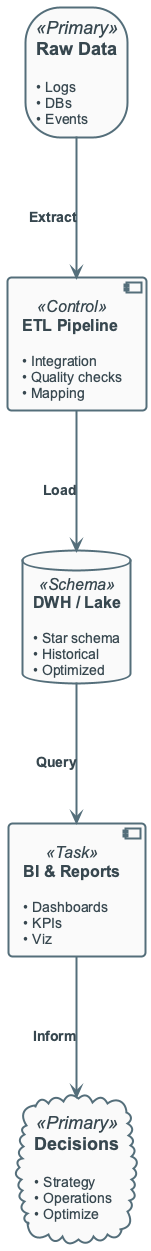
Before: diagrams/week01/week1_bi_context.png, a diagram exported from PlantUML (OrPerets/data-engineering-course).
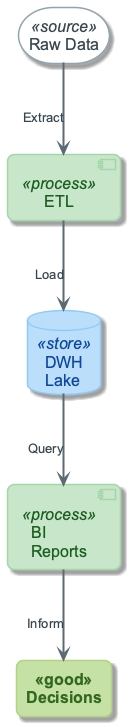
After the commit.

What changed in the source:
```diff
@@ -1,20 +1,20 @@
 @startuml
 !include ../_template_styles.puml
+!include _week1_visual_style.puml
+
 left to right direction
+skinparam nodesep 90
+skinparam ranksep 70
 
-storage "**Raw Data**\n\n<size:14>• Logs</size>\n<size:14>• DBs</size>\n<size:14>• Events</size>" as R <<Primary>>
+storage "Raw Data" as R <<source>>
+component "ETL" as E <<process>>
+database "DWH\nLake" as D <<store>>
+component "BI\nReports" as B <<process>>
+rectangle "Decisions" as X <<good>>
 
-component "**ETL Pipeline**\n\n<size:14>• Integration</size>\n<size:14>• Quality checks</size>\n<size:14>• Mapping</size>" as E <<Control>>
-
-database "**DWH / Lake**\n\n<size:14>• Star schema</size>\n<size:14>• Historical</size>\n<size:14>• Optimized</size>" as D <<Schema>>
-
-component "**BI & Reports**\n\n<size:14>• Dashboards</size>\n<size:14>• KPIs</size>\n<size:14>• Viz</size>" as B <<Task>>
-
-cloud "**Decisions**\n\n<size:14>• Strategy</size>\n<size:14>• Operations</size>\n<size:14>• Optimize</size>" as X <<Primary>>
-
-R -> E : **Extract**
-E -> D : **Load**
-D -> B : **Query**
-B -> X : **Inform**
+R -right-> E : Extract
+E -right-> D : Load
+D -right-> B : Query
+B -right-> X : Inform
 
 @enduml
```
